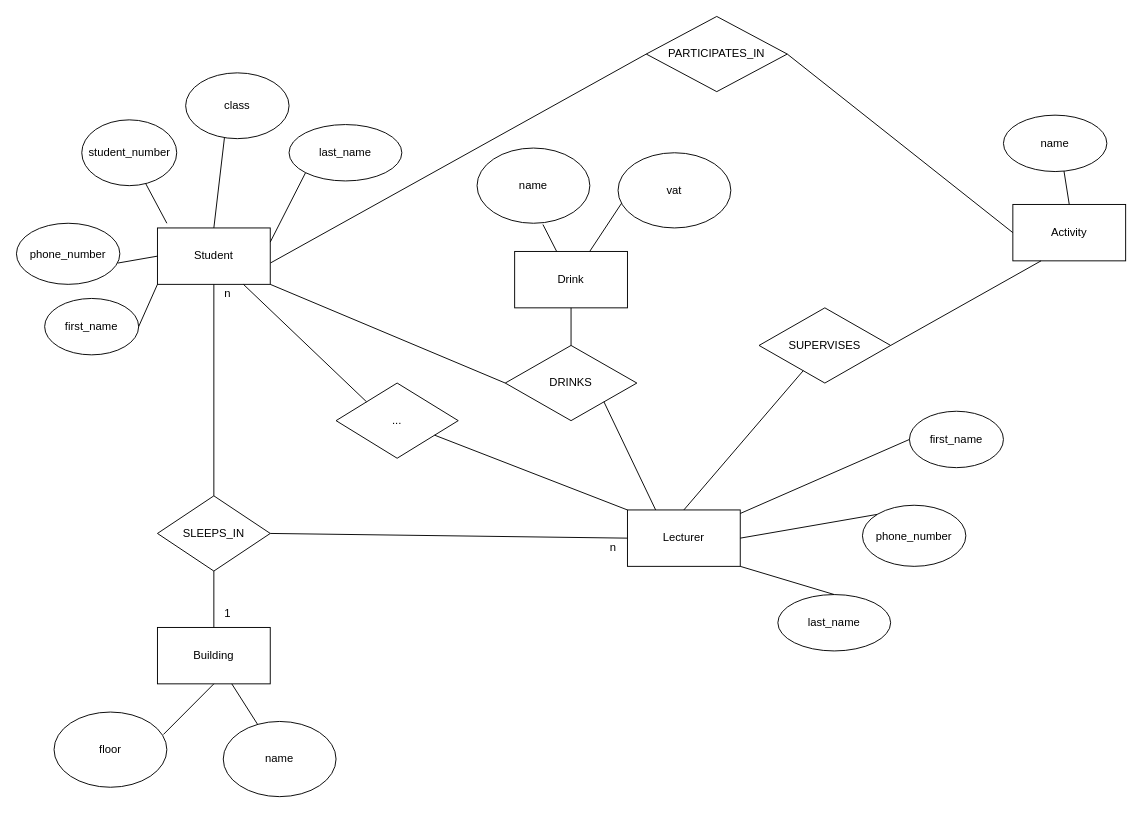
The draw.io diagram DatabasesERDdiagram.drawio in tnb1604/DatabasesProject, before the edit. Source tidied: cells renumbered, new cells numbered last; positions are measured from the earlier drawing's top-left corner, leaving out a move shared by most shapes. Both pictures are drawn from the tidied source at 94%, with x=0, y=0 at pixel (16, 16).
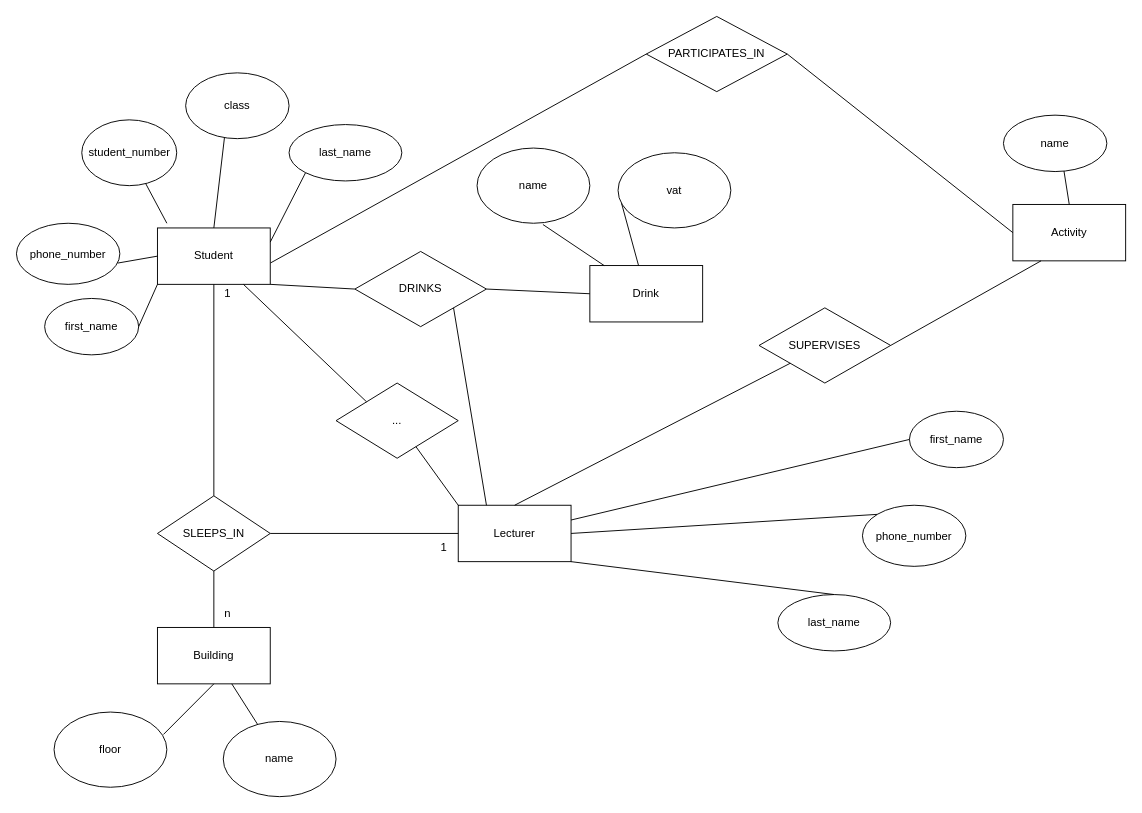
The same diagram, later.

What changed in the source:
```diff
@@
     <mxCell id="5" value="Drink" style="rounded=0;whiteSpace=wrap;html=1;" parent="1" vertex="1">
-      <mxGeometry x="530" y="250" width="120" height="60" as="geometry" />
+      <mxGeometry x="610" y="265" width="120" height="60" as="geometry" />
     </mxCell>
@@
     <mxCell id="26" value="Lecturer" style="rounded=0;whiteSpace=wrap;html=1;" parent="1" vertex="1">
-      <mxGeometry x="650" y="525" width="120" height="60" as="geometry" />
+      <mxGeometry x="470" y="520" width="120" height="60" as="geometry" />
     </mxCell>
@@
     <mxCell id="40" value="DRINKS" style="rhombus;whiteSpace=wrap;html=1;" parent="1" vertex="1">
-      <mxGeometry x="520" y="350" width="140" height="80" as="geometry" />
+      <mxGeometry x="360" y="250" width="140" height="80" as="geometry" />
     </mxCell>
@@
-    <mxCell id="42" style="endArrow=none;html=1;rounded=0;entryX=0.5;entryY=1;entryDx=0;entryDy=0;exitX=0.5;exitY=0;exitDx=0;exitDy=0;" parent="1" edge="1" source="40" target="5">
+    <mxCell id="42" style="endArrow=none;html=1;rounded=0;entryX=0;entryY=0.5;entryDx=0;entryDy=0;exitX=1;exitY=0.5;exitDx=0;exitDy=0;" parent="1" edge="1" source="40" target="5">
       <mxGeometry relative="1" as="geometry" />
     </mxCell>
@@
-    <mxCell id="44" value="1" style="text;html=1;align=center;verticalAlign=middle;whiteSpace=wrap;rounded=0;" parent="1" vertex="1">
+    <mxCell id="44" value="n" style="text;html=1;align=center;verticalAlign=middle;whiteSpace=wrap;rounded=0;" parent="1" vertex="1">
       <mxGeometry x="210" y="620" width="30" height="30" as="geometry" />
     </mxCell>
@@
-    <mxCell id="46" value="n" style="text;html=1;align=center;verticalAlign=middle;whiteSpace=wrap;rounded=0;" parent="1" vertex="1">
+    <mxCell id="46" value="1" style="text;html=1;align=center;verticalAlign=middle;whiteSpace=wrap;rounded=0;" parent="1" vertex="1">
       <mxGeometry x="210" y="280" width="30" height="30" as="geometry" />
     </mxCell>
@@
-    <mxCell id="48" value="n" style="text;html=1;align=center;verticalAlign=middle;whiteSpace=wrap;rounded=0;" parent="1" vertex="1">
-      <mxGeometry x="620" y="550" width="30" height="30" as="geometry" />
+    <mxCell id="48" value="1" style="text;html=1;align=center;verticalAlign=middle;whiteSpace=wrap;rounded=0;" parent="1" vertex="1">
+      <mxGeometry x="440" y="550" width="30" height="30" as="geometry" />
     </mxCell>
```
